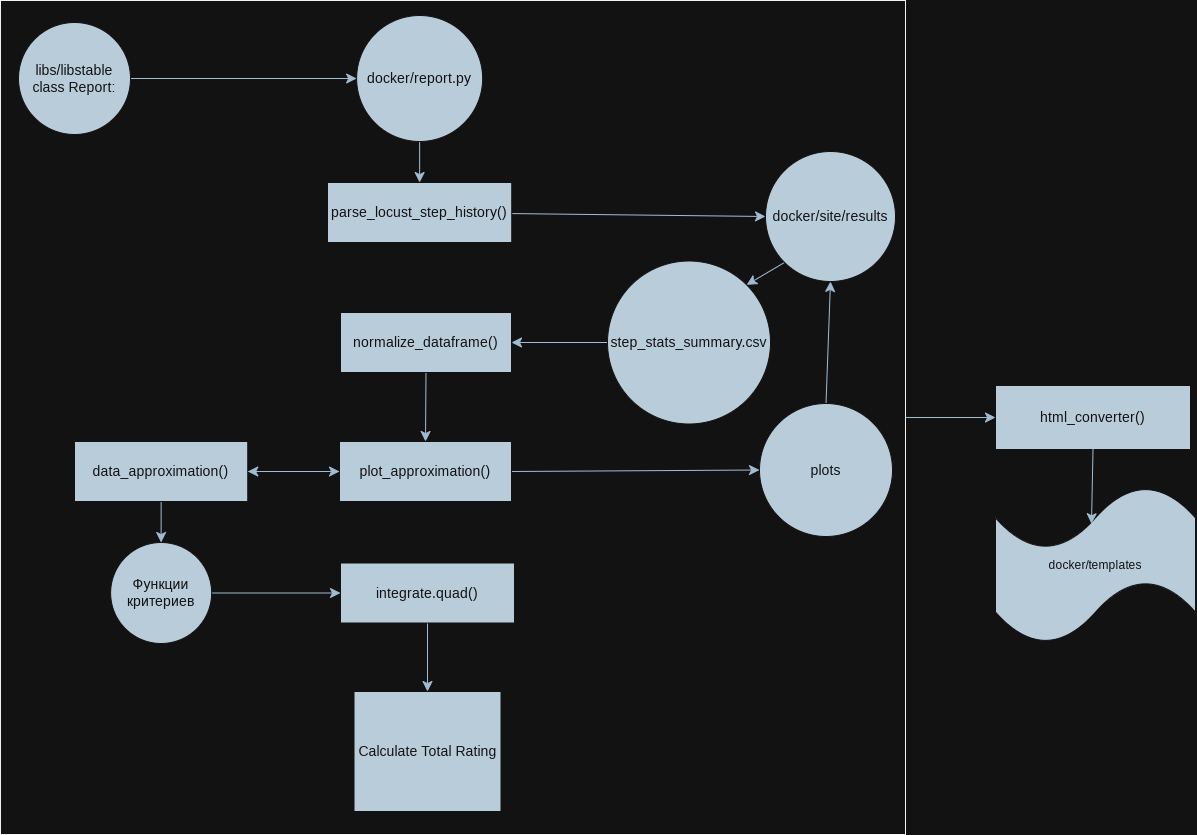
The draw.io diagram docker/readme_resources/Test1_rating_and_results_details.png in N2OCaKeS/stress_test, before a commit. Source tidied: cells renumbered, new cells last; positions are measured from the earlier drawing's top-left corner, leaving out a move shared by most shapes.
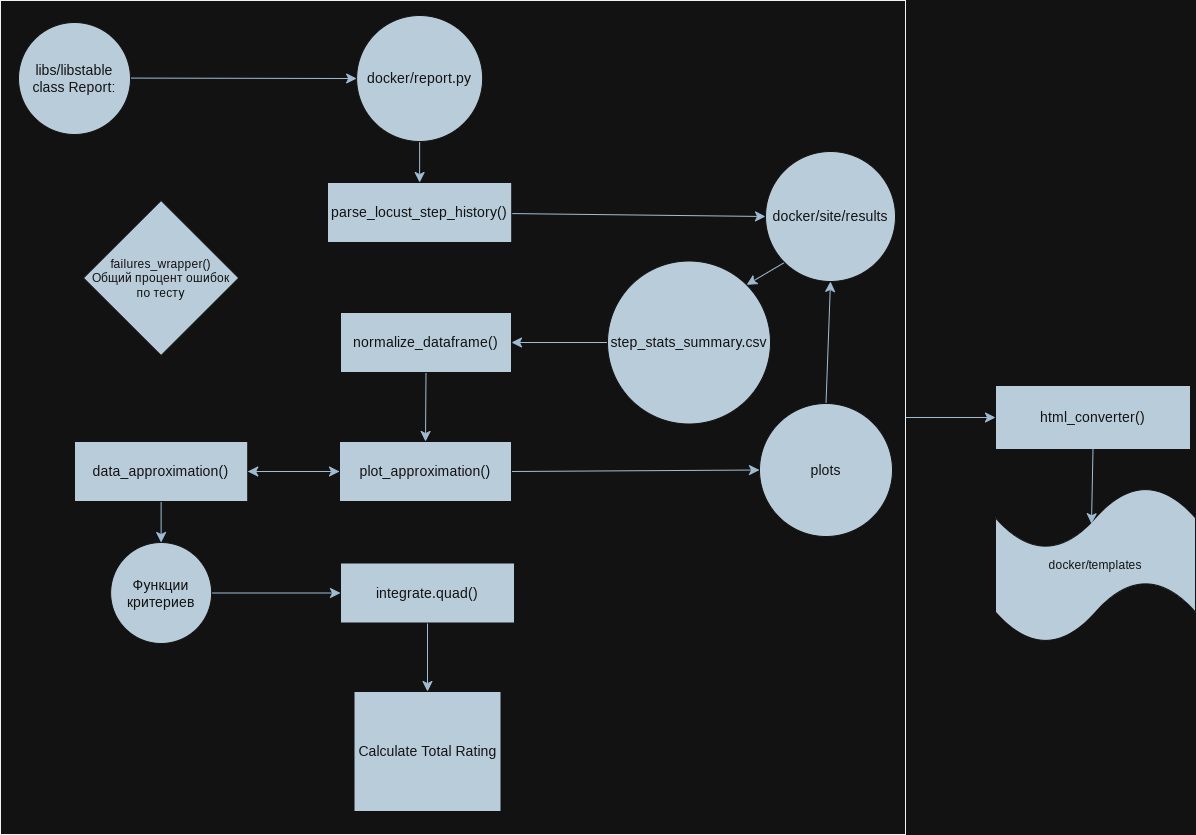
Above is the later version.

What changed in the source:
```diff
@@ -95,5 +95,8 @@
     <mxCell id="32" style="edgeStyle=none;curved=1;rounded=0;jettySize=auto;html=1;exitX=0.5;exitY=1;exitDx=0;exitDy=0;entryX=0.48;entryY=0.237;entryDx=0;entryDy=0;entryPerimeter=0;fontSize=12;startSize=8;endSize=8;labelBackgroundColor=none;strokeColor=#23445D;fontColor=default;" parent="1" edge="1" source="31" target="30">
       <mxGeometry relative="1" as="geometry" />
     </mxCell>
+    <mxCell id="33" value="failures_wrapper()&lt;br&gt;Общий процент ошибок по тесту" style="rhombus;whiteSpace=wrap;html=1;strokeColor=#FFFFFF;fontColor=#FFFFFF;fillColor=#182E3E;" parent="1" vertex="1">
+      <mxGeometry x="83" y="200" width="155.2" height="155" as="geometry" />
+    </mxCell>
   </root>
 </mxGraphModel>
```
